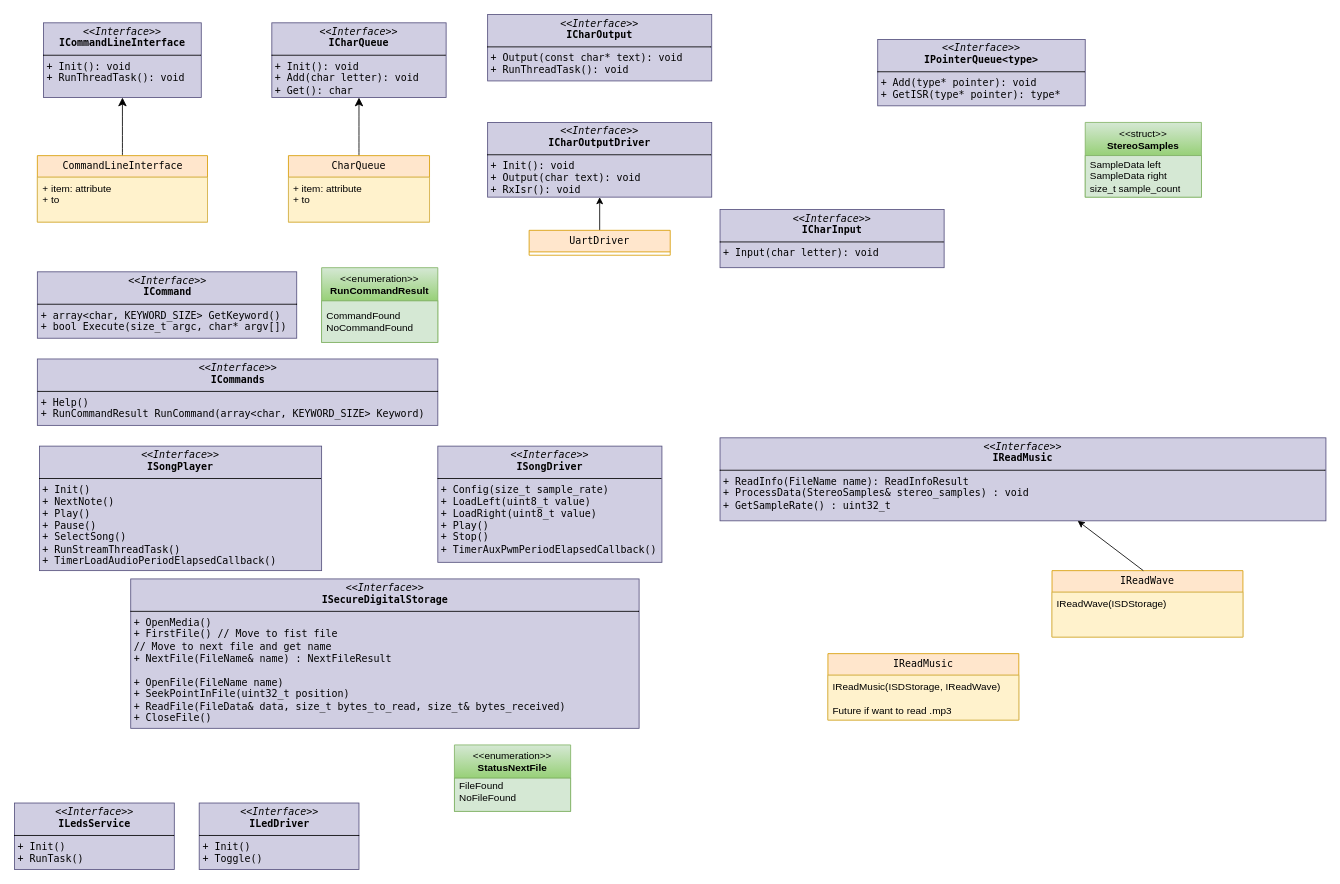
Earlier version of the draw.io diagram docs/Music_Player.drawio (Hitthesurf/music_player). Source tidied: cells renumbered, new cells numbered last; positions are measured from the earlier drawing's top-left corner, leaving out a move shared by most shapes. Both pictures are drawn from the tidied source at 83%, with x=0, y=0 at pixel (14, 14).
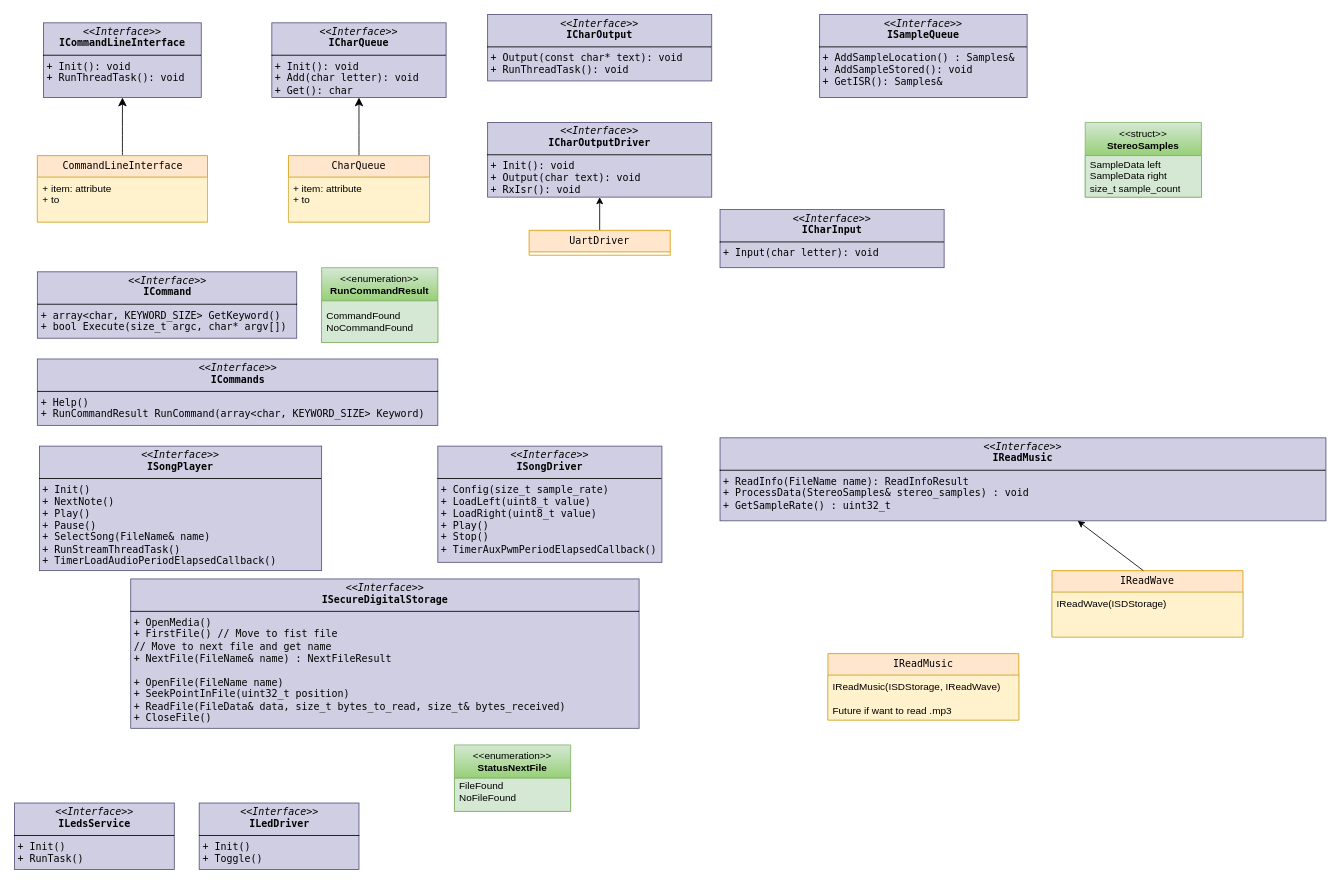
The same page after the edit.

Commit message (it also covers changes not shown here):
Add samples queue for streaming process

Diff of the diagram source:
```diff
@@
-    <mxCell id="14" value="&lt;p style=&quot;margin:0px;margin-top:4px;text-align:center;&quot;&gt;&lt;i&gt;&amp;lt;&amp;lt;Interface&amp;gt;&amp;gt;&lt;/i&gt;&lt;br&gt;&lt;b style=&quot;&quot;&gt;&lt;font&gt;ISongPlayer&lt;/font&gt;&lt;/b&gt;&lt;/p&gt;&lt;hr style=&quot;border-style:solid;&quot; size=&quot;1&quot;&gt;&lt;p style=&quot;margin:0px;margin-left:4px;&quot;&gt;&lt;font&gt;+ Init()&lt;/font&gt;&lt;/p&gt;&lt;p style=&quot;margin:0px;margin-left:4px;&quot;&gt;&lt;font&gt;+ NextNote()&lt;/font&gt;&lt;/p&gt;&lt;p style=&quot;margin:0px;margin-left:4px;&quot;&gt;&lt;font&gt;+&amp;nbsp;&lt;/font&gt;&lt;span style=&quot;background-color: transparent; color: light-dark(rgb(0, 0, 0), rgb(255, 255, 255));&quot;&gt;Play()&lt;/span&gt;&lt;/p&gt;&lt;p style=&quot;margin:0px;margin-left:4px;&quot;&gt;&lt;font&gt;+ Pause(&lt;/font&gt;&lt;span style=&quot;background-color: transparent; color: light-dark(rgb(0, 0, 0), rgb(255, 255, 255));&quot;&gt;)&lt;/span&gt;&lt;/p&gt;&lt;p style=&quot;margin:0px;margin-left:4px;&quot;&gt;&lt;span style=&quot;background-color: transparent; color: light-dark(rgb(0, 0, 0), rgb(255, 255, 255));&quot;&gt;+ SelectSong()&lt;/span&gt;&lt;/p&gt;&lt;p style=&quot;margin:0px;margin-left:4px;&quot;&gt;&lt;span style=&quot;background-color: transparent; color: light-dark(rgb(0, 0, 0), rgb(255, 255, 255));&quot;&gt;+ RunStreamThreadTask()&lt;/span&gt;&lt;/p&gt;&lt;p style=&quot;margin:0px;margin-left:4px;&quot;&gt;&lt;span style=&quot;background-color: transparent; color: light-dark(rgb(0, 0, 0), rgb(255, 255, 255));&quot;&gt;+ TimerLoadAudioPeriodElapsedCallback()&lt;/span&gt;&lt;/p&gt;&lt;p style=&quot;margin:0px;margin-left:4px;&quot;&gt;&lt;br&gt;&lt;/p&gt;" style="verticalAlign=top;align=left;overflow=fill;html=1;whiteSpace=wrap;fillColor=#d0cee2;strokeColor=#56517e;fontFamily=Lucida Console;" parent="1" vertex="1">
+    <mxCell id="14" value="&lt;p style=&quot;margin:0px;margin-top:4px;text-align:center;&quot;&gt;&lt;i&gt;&amp;lt;&amp;lt;Interface&amp;gt;&amp;gt;&lt;/i&gt;&lt;br&gt;&lt;b style=&quot;&quot;&gt;&lt;font&gt;ISongPlayer&lt;/font&gt;&lt;/b&gt;&lt;/p&gt;&lt;hr style=&quot;border-style:solid;&quot; size=&quot;1&quot;&gt;&lt;p style=&quot;margin:0px;margin-left:4px;&quot;&gt;&lt;font&gt;+ Init()&lt;/font&gt;&lt;/p&gt;&lt;p style=&quot;margin:0px;margin-left:4px;&quot;&gt;&lt;font&gt;+ NextNote()&lt;/font&gt;&lt;/p&gt;&lt;p style=&quot;margin:0px;margin-left:4px;&quot;&gt;&lt;font&gt;+&amp;nbsp;&lt;/font&gt;&lt;span style=&quot;background-color: transparent; color: light-dark(rgb(0, 0, 0), rgb(255, 255, 255));&quot;&gt;Play()&lt;/span&gt;&lt;/p&gt;&lt;p style=&quot;margin:0px;margin-left:4px;&quot;&gt;&lt;font&gt;+ Pause(&lt;/font&gt;&lt;span style=&quot;background-color: transparent; color: light-dark(rgb(0, 0, 0), rgb(255, 255, 255));&quot;&gt;)&lt;/span&gt;&lt;/p&gt;&lt;p style=&quot;margin:0px;margin-left:4px;&quot;&gt;&lt;span style=&quot;background-color: transparent; color: light-dark(rgb(0, 0, 0), rgb(255, 255, 255));&quot;&gt;+ SelectSong(FileName&amp;amp; name)&lt;/span&gt;&lt;/p&gt;&lt;p style=&quot;margin:0px;margin-left:4px;&quot;&gt;&lt;span style=&quot;background-color: transparent; color: light-dark(rgb(0, 0, 0), rgb(255, 255, 255));&quot;&gt;+ RunStreamThreadTask()&lt;/span&gt;&lt;/p&gt;&lt;p style=&quot;margin:0px;margin-left:4px;&quot;&gt;&lt;span style=&quot;background-color: transparent; color: light-dark(rgb(0, 0, 0), rgb(255, 255, 255));&quot;&gt;+ TimerLoadAudioPeriodElapsedCallback()&lt;/span&gt;&lt;/p&gt;&lt;p style=&quot;margin:0px;margin-left:4px;&quot;&gt;&lt;br&gt;&lt;/p&gt;" style="verticalAlign=top;align=left;overflow=fill;html=1;whiteSpace=wrap;fillColor=#d0cee2;strokeColor=#56517e;fontFamily=Lucida Console;" parent="1" vertex="1">
       <mxGeometry x="30" y="520" width="340" height="150" as="geometry" />
     </mxCell>
@@
-    <mxCell id="32" value="&lt;p style=&quot;margin:0px;margin-top:4px;text-align:center;&quot;&gt;&lt;i&gt;&amp;lt;&amp;lt;Interface&amp;gt;&amp;gt;&lt;/i&gt;&lt;br&gt;&lt;b style=&quot;&quot;&gt;&lt;font&gt;IPointerQueue&amp;lt;type&amp;gt;&lt;/font&gt;&lt;/b&gt;&lt;/p&gt;&lt;hr style=&quot;border-style:solid;&quot; size=&quot;1&quot;&gt;&lt;p style=&quot;margin:0px;margin-left:4px;&quot;&gt;&lt;font&gt;+ Add(type* pointer): void&lt;/font&gt;&lt;/p&gt;&lt;p style=&quot;margin:0px;margin-left:4px;&quot;&gt;&lt;font&gt;+ GetISR(&lt;/font&gt;&lt;span style=&quot;background-color: transparent; color: light-dark(rgb(0, 0, 0), rgb(255, 255, 255));&quot;&gt;type* pointer&lt;/span&gt;&lt;span style=&quot;background-color: transparent; color: light-dark(rgb(0, 0, 0), rgb(255, 255, 255));&quot;&gt;): type*&lt;/span&gt;&lt;/p&gt;" style="verticalAlign=top;align=left;overflow=fill;html=1;whiteSpace=wrap;fillColor=#d0cee2;strokeColor=#56517e;fontFamily=Lucida Console;" parent="1" vertex="1">
-      <mxGeometry x="1040" y="30" width="250" height="80" as="geometry" />
+    <mxCell id="32" value="&lt;p style=&quot;margin:0px;margin-top:4px;text-align:center;&quot;&gt;&lt;i&gt;&amp;lt;&amp;lt;Interface&amp;gt;&amp;gt;&lt;/i&gt;&lt;br&gt;&lt;b style=&quot;&quot;&gt;&lt;font&gt;ISampleQueue&lt;/font&gt;&lt;/b&gt;&lt;/p&gt;&lt;hr style=&quot;border-style:solid;&quot; size=&quot;1&quot;&gt;&lt;p style=&quot;margin:0px;margin-left:4px;&quot;&gt;&lt;font&gt;+ AddSampleLocation() : Samples&amp;amp;&lt;/font&gt;&lt;/p&gt;&lt;p style=&quot;margin:0px;margin-left:4px;&quot;&gt;&lt;font&gt;+&amp;nbsp;&lt;/font&gt;&lt;span style=&quot;background-color: transparent; color: light-dark(rgb(0, 0, 0), rgb(255, 255, 255));&quot;&gt;AddSampleStored(): void&lt;/span&gt;&lt;/p&gt;&lt;p style=&quot;margin:0px;margin-left:4px;&quot;&gt;&lt;font&gt;+ GetISR(&lt;/font&gt;&lt;span style=&quot;background-color: transparent; color: light-dark(rgb(0, 0, 0), rgb(255, 255, 255));&quot;&gt;): Samples&amp;amp;&lt;/span&gt;&lt;/p&gt;" style="verticalAlign=top;align=left;overflow=fill;html=1;whiteSpace=wrap;fillColor=#d0cee2;strokeColor=#56517e;fontFamily=Lucida Console;" parent="1" vertex="1">
+      <mxGeometry x="970" width="250" height="100" as="geometry" />
     </mxCell>
```
